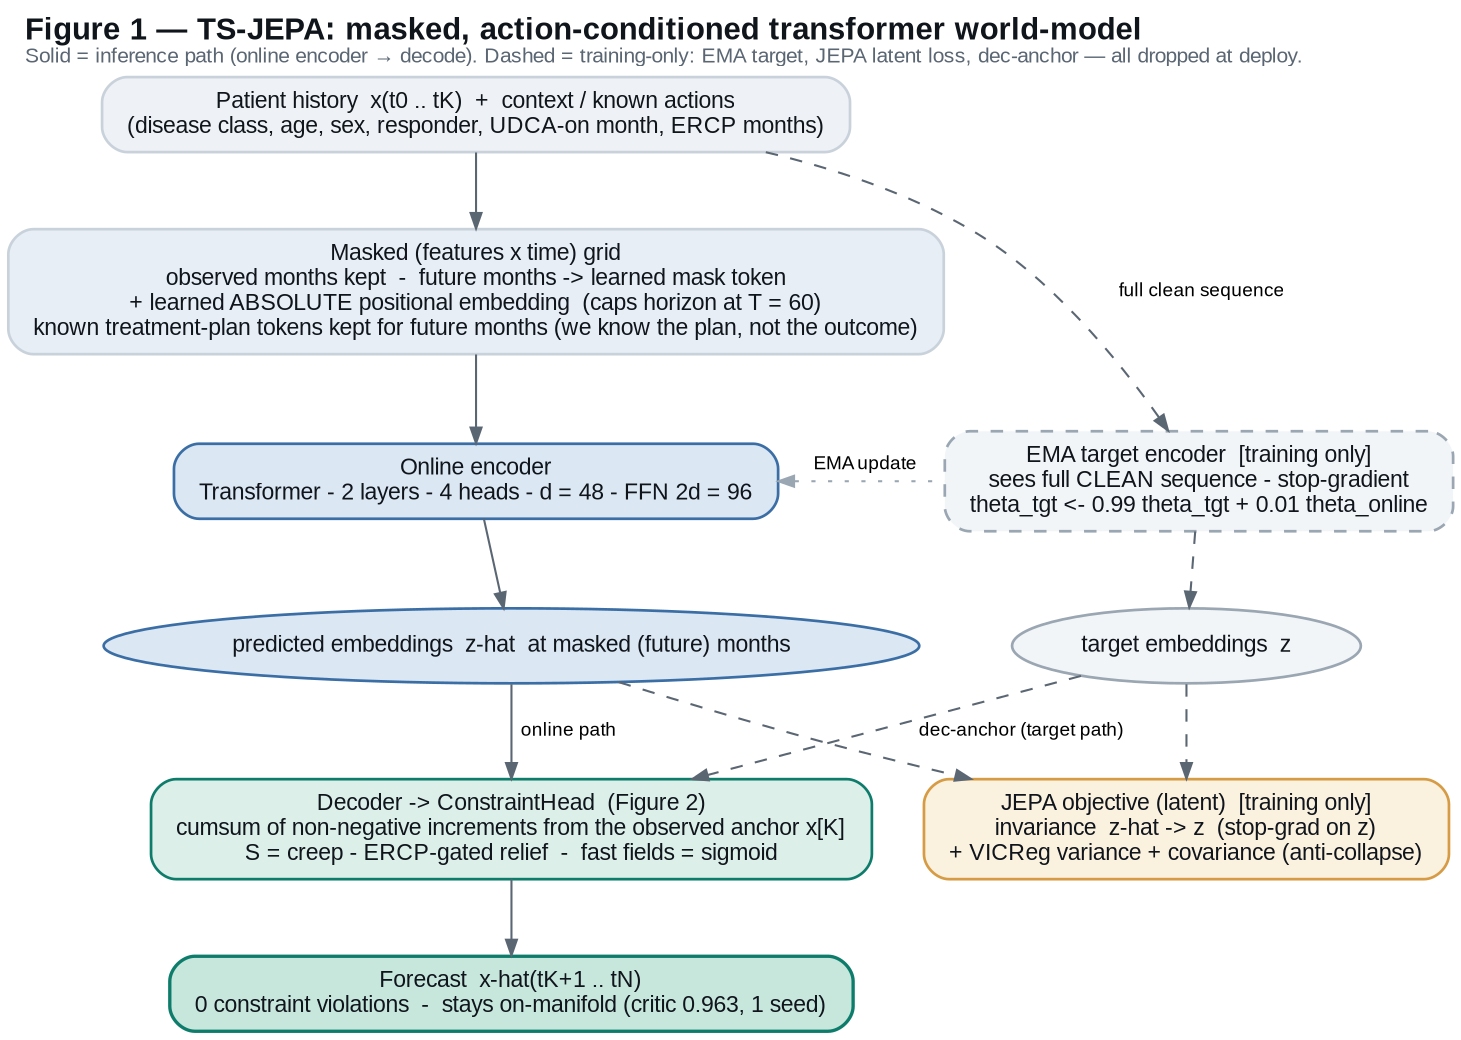
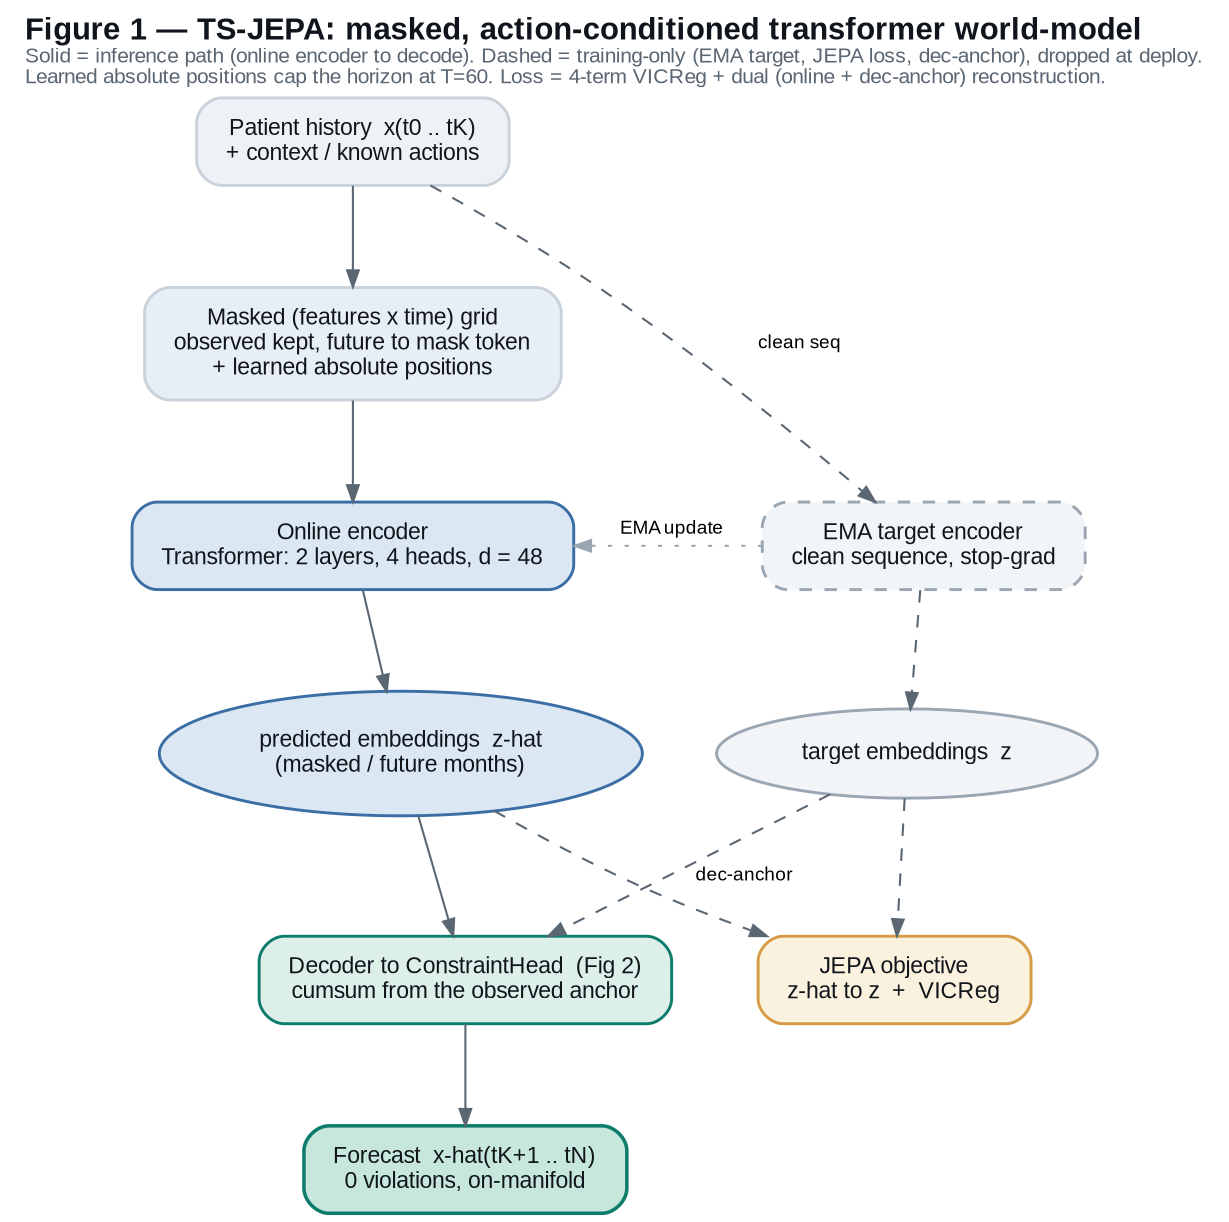
- // Figure 1 — TS-JEPA architecture (masked, action-conditioned transformer)
+ // Figure 1 - TS-JEPA architecture (masked, action-conditioned transformer)
// render (Windows: cairo font path is broken -> use the gd renderer):
//   dot -Tpng:gd:gd arch_tsjepa.dot -o arch_tsjepa.png
digraph tsjepa {
-   rankdir=TB; bgcolor="white"; splines=spline; nodesep=0.35; ranksep=0.5;
+   rankdir=TB; bgcolor="white"; splines=spline; nodesep=0.5; ranksep=0.65;
  labelloc="t"; labeljust="l"; fontname="Arial"; fontsize=15; fontcolor="#10151c";
-   label=<<b>Figure 1 &#8212; TS-JEPA: masked, action-conditioned transformer world-model</b><br align="left"/><font point-size="10" color="#5b6673">Solid = inference path (online encoder &#8594; decode). Dashed = training-only: EMA target, JEPA latent loss, dec-anchor &#8212; all dropped at deploy.</font><br align="left"/>>;
+   label=<<b>Figure 1 &#8212; TS-JEPA: masked, action-conditioned transformer world-model</b><br align="left"/><font point-size="10" color="#5b6673">Solid = inference path (online encoder to decode). Dashed = training-only (EMA target, JEPA loss, dec-anchor), dropped at deploy.<br align="left"/>Learned absolute positions cap the horizon at T=60. Loss = 4-term VICReg + dual (online + dec-anchor) reconstruction.<br align="left"/></font>>;

  node [shape=box, style="rounded,filled", fontname="Arial", fontsize=11,
-         margin="0.16,0.09", color="#c9d2db", penwidth=1.3, fontcolor="#10151c"];
-   edge [color="#5b6673", fontname="Arial", fontsize=9, arrowsize=0.75];
+         margin="0.20,0.12", color="#c9d2db", penwidth=1.4, fontcolor="#10151c"];
+   edge [color="#5b6673", fontname="Arial", fontsize=9, arrowsize=0.8];

-   input  [label="Patient history  x(t0 .. tK)  +  context / known actions\n(disease class, age, sex, responder, UDCA-on month, ERCP months)", fillcolor="#eef2f6"];
-   grid   [label="Masked (features x time) grid\nobserved months kept  -  future months -> learned mask token\n+ learned ABSOLUTE positional embedding  (caps horizon at T = 60)\nknown treatment-plan tokens kept for future months (we know the plan, not the outcome)", fillcolor="#e7eef5"];
-   online [label="Online encoder\nTransformer - 2 layers - 4 heads - d = 48 - FFN 2d = 96", fillcolor="#dbe7f3", color="#3b6ea5"];
-   zon    [label="predicted embeddings  z-hat  at masked (future) months", shape=ellipse, fillcolor="#dbe7f3", color="#3b6ea5"];
-   dec    [label="Decoder -> ConstraintHead  (Figure 2)\ncumsum of non-negative increments from the observed anchor x[K]\nS = creep - ERCP-gated relief  -  fast fields = sigmoid", fillcolor="#dcefe9", color="#0e7c6b"];
-   out    [label="Forecast  x-hat(tK+1 .. tN)\n0 constraint violations  -  stays on-manifold (critic 0.963, 1 seed)", fillcolor="#c7e7dd", color="#0e7c6b", penwidth=1.6];
+   // ---- inference spine (solid) ----
+   input  [label="Patient history  x(t0 .. tK)\n+ context / known actions", fillcolor="#eef2f6"];
+   grid   [label="Masked (features x time) grid\nobserved kept, future to mask token\n+ learned absolute positions", fillcolor="#e7eef5"];
+   online [label="Online encoder\nTransformer: 2 layers, 4 heads, d = 48", fillcolor="#dbe7f3", color="#3b6ea5"];
+   zon    [label="predicted embeddings  z-hat\n(masked / future months)", shape=ellipse, fillcolor="#dbe7f3", color="#3b6ea5"];
+   dec    [label="Decoder to ConstraintHead  (Fig 2)\ncumsum from the observed anchor", fillcolor="#dcefe9", color="#0e7c6b"];
+   out    [label="Forecast  x-hat(tK+1 .. tN)\n0 violations, on-manifold", fillcolor="#c7e7dd", color="#0e7c6b", penwidth=1.7];

-   // training-only components -- reached only by dashed edges below; all dropped at inference
-   target [label="EMA target encoder  [training only]\nsees full CLEAN sequence - stop-gradient\ntheta_tgt <- 0.99 theta_tgt + 0.01 theta_online", fillcolor="#f2f5f8", color="#9aa6b2", style="rounded,filled,dashed"];
+   // ---- training-only apparatus (right column, dashed) ----
+   target [label="EMA target encoder\nclean sequence, stop-grad", fillcolor="#f2f5f8", color="#9aa6b2", style="rounded,filled,dashed"];
  ztg    [label="target embeddings  z", shape=ellipse, fillcolor="#f2f5f8", color="#9aa6b2"];
-   jepa   [label="JEPA objective (latent)  [training only]\ninvariance  z-hat -> z  (stop-grad on z)\n+ VICReg variance + covariance (anti-collapse)", fillcolor="#fbf1df", color="#d69b45"];
-   target -> ztg [style=dashed];
+   jepa   [label="JEPA objective\nz-hat to z  +  VICReg", fillcolor="#fbf1df", color="#d69b45"];

-   input -> grid;
-   grid  -> online;
-   online -> zon;
-   zon -> dec [label="  online path"];
-   dec -> out;
+   // spine
+   input -> grid -> online -> zon -> dec -> out;

-   input -> target [style=dashed, constraint=false, label="  full clean sequence"];
-   zon -> jepa [style=dashed];
-   ztg -> jepa [style=dashed];
-   ztg -> dec  [label="  dec-anchor (target path)", style=dashed];
-   online -> target [label="  EMA update", style=dotted, dir=back, constraint=false, color="#9aa6b2"];
+   // training-only edges, held to the right column
+   input  -> target [style=dashed, constraint=false, label="  clean seq"];
+   online -> target [style=dotted, dir=back, constraint=false, color="#9aa6b2", label="  EMA update"];
+   target -> ztg    [style=dashed];
+   zon    -> jepa   [style=dashed];
+   ztg    -> jepa   [style=dashed];
+   ztg    -> dec    [style=dashed, label="  dec-anchor"];

  { rank=same; online; target; }
  { rank=same; zon; ztg; }
+   { rank=same; dec; jepa; }
}
